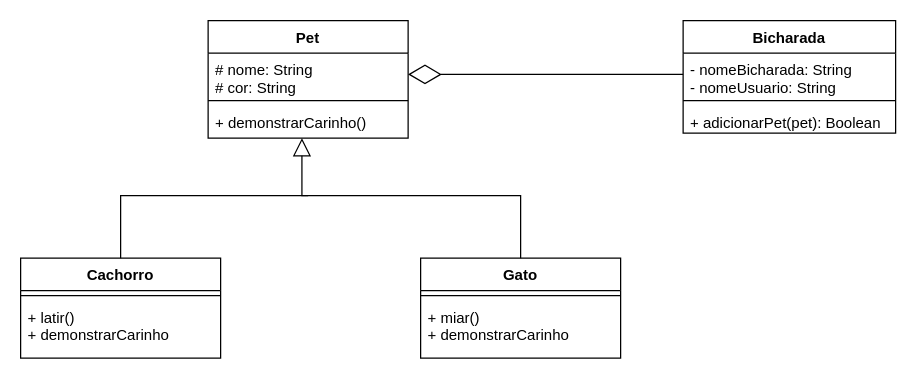
The draw.io diagram DiagramaDeClasses/DiagramaDeClassesPet.drawio in murilofragoso/poojava, before the edit. Source tidied: cells renumbered, new cells numbered last; positions are measured from the earlier drawing's top-left corner, leaving out a move shared by most shapes. Both pictures are drawn from the tidied source at 125%, with x=0, y=0 at pixel (20, 20).
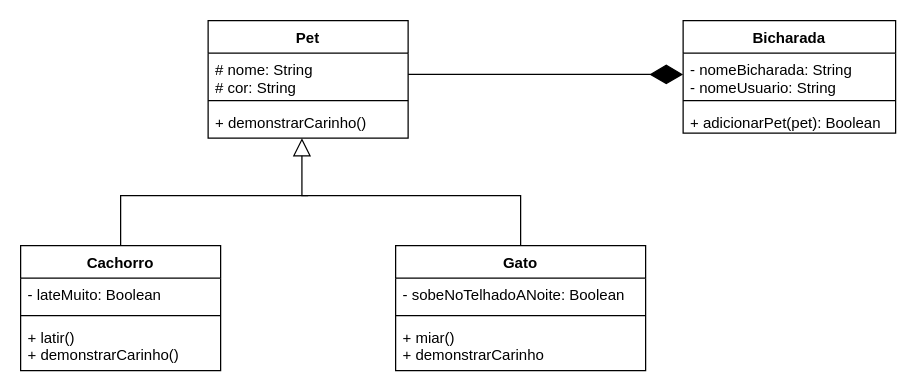
After the change.

The change refers to these unchanged cells:
```xml
<mxCell id="6" value="# nome: String&#10;# cor: String&#10;" style="text;strokeColor=none;fillColor=none;align=left;verticalAlign=top;spacingLeft=4;spacingRight=4;overflow=hidden;points=[[0,0.5],[1,0.5]];portConstraint=eastwest;" parent="5" vertex="1">
  <mxGeometry y="26" width="160" height="34" as="geometry" />
</mxCell>
<mxCell id="8" value="+ demonstrarCarinho()" style="text;strokeColor=none;fillColor=none;align=left;verticalAlign=top;spacingLeft=4;spacingRight=4;overflow=hidden;points=[[0,0.5],[1,0.5]];portConstraint=eastwest;" parent="5" vertex="1">
  <mxGeometry y="68" width="160" height="26" as="geometry" />
</mxCell>
<mxCell id="13" value="- nomeBicharada: String&#10;- nomeUsuario: String" style="text;strokeColor=none;fillColor=none;align=left;verticalAlign=top;spacingLeft=4;spacingRight=4;overflow=hidden;points=[[0,0.5],[1,0.5]];portConstraint=eastwest;" parent="12" vertex="1">
  <mxGeometry y="26" width="170" height="34" as="geometry" />
</mxCell>
```

The edit, as a diff of the source:
```diff
@@
-    <mxCell id="2" value="Cachorro" style="swimlane;fontStyle=1;align=center;verticalAlign=top;horizontal=1;startSize=26;" parent="1" vertex="1">
-      <mxGeometry y="190" width="160" height="80" as="geometry" />
-    </mxCell>
-    <mxCell id="3" style="line;strokeWidth=1;fillColor=none;align=left;verticalAlign=middle;spacingTop=-1;spacingLeft=3;spacingRight=3;labelPosition=right;" parent="2" vertex="1">
-      <mxGeometry y="26" width="160" height="8" as="geometry" />
-    </mxCell>
-    <mxCell id="4" value="+ latir()&#10;+ demonstrarCarinho" style="text;strokeColor=none;fillColor=none;align=left;verticalAlign=top;spacingLeft=4;spacingRight=4;overflow=hidden;" parent="2" vertex="1">
-      <mxGeometry y="34" width="160" height="46" as="geometry" />
-    </mxCell>
@@
-    <mxCell id="9" value="Gato" style="swimlane;fontStyle=1;align=center;verticalAlign=top;horizontal=1;startSize=26;" parent="1" vertex="1">
-      <mxGeometry x="320" y="190" width="160" height="80" as="geometry" />
-    </mxCell>
-    <mxCell id="10" style="line;strokeWidth=1;fillColor=none;align=left;verticalAlign=middle;spacingTop=-1;spacingLeft=3;spacingRight=3;labelPosition=right;" parent="9" vertex="1">
-      <mxGeometry y="26" width="160" height="8" as="geometry" />
-    </mxCell>
-    <mxCell id="11" value="+ miar()&#10;+ demonstrarCarinho" style="text;strokeColor=none;fillColor=none;align=left;verticalAlign=top;spacingLeft=4;spacingRight=4;overflow=hidden;" parent="9" vertex="1">
-      <mxGeometry y="34" width="160" height="46" as="geometry" />
-    </mxCell>
@@
-    <mxCell id="16" style="endArrow=diamondThin;endFill=0;endSize=24;html=1;exitX=0;exitY=0.5;exitDx=0;exitDy=0;entryX=1;entryY=0.5;entryDx=0;entryDy=0;" parent="1" edge="1" source="13" target="6">
-      <mxGeometry relative="1" as="geometry" />
-    </mxCell>
-    <mxCell id="17" style="endArrow=block;endFill=0;endSize=12;html=1;strokeColor=#000000;rounded=0;edgeStyle=elbowEdgeStyle;elbow=vertical;entryX=0.469;entryY=1;entryDx=0;entryDy=0;entryPerimeter=0;exitX=0.5;exitY=0;exitDx=0;exitDy=0;" parent="1" edge="1" source="9" target="8">
+    <mxCell id="17" style="endArrow=block;endFill=0;endSize=12;html=1;strokeColor=#000000;rounded=0;edgeStyle=elbowEdgeStyle;elbow=vertical;entryX=0.469;entryY=1;entryDx=0;entryDy=0;entryPerimeter=0;exitX=0.5;exitY=0;exitDx=0;exitDy=0;" parent="1" edge="1" target="8">
       <mxGeometry relative="1" as="geometry">
+        <mxPoint x="400" y="190" as="sourcePoint" />
         <Array as="points">
           <mxPoint x="360" y="140" />
         </Array>
       </mxGeometry>
     </mxCell>
-    <mxCell id="18" style="endArrow=none;endFill=0;endSize=12;html=1;strokeColor=#000000;rounded=0;edgeStyle=elbowEdgeStyle;elbow=vertical;exitX=0.5;exitY=0;exitDx=0;exitDy=0;" parent="1" edge="1" source="2">
+    <mxCell id="18" style="endArrow=none;endFill=0;endSize=12;html=1;strokeColor=#000000;rounded=0;edgeStyle=elbowEdgeStyle;elbow=vertical;exitX=0.5;exitY=0;exitDx=0;exitDy=0;" parent="1" edge="1">
       <mxGeometry relative="1" as="geometry">
+        <mxPoint x="80" y="190" as="sourcePoint" />
         <mxPoint x="230" y="140" as="targetPoint" />
         <Array as="points">
           <mxPoint x="160" y="140" />
         </Array>
       </mxGeometry>
     </mxCell>
+    <mxCell id="16" style="endArrow=diamondThin;endFill=1;endSize=24;html=1;exitX=1;exitY=0.5;exitDx=0;exitDy=0;entryX=0;entryY=0.5;entryDx=0;entryDy=0;" parent="1" edge="1" source="6" target="13">
+      <mxGeometry relative="1" as="geometry" />
+    </mxCell>
+    <mxCell id="9" value="Gato" style="swimlane;fontStyle=1;align=center;verticalAlign=top;horizontal=1;startSize=26;" parent="1" vertex="1">
+      <mxGeometry x="300" y="180" width="200" height="100" as="geometry" />
+    </mxCell>
+    <mxCell id="19" value="- sobeNoTelhadoANoite: Boolean" style="text;strokeColor=none;fillColor=none;align=left;verticalAlign=top;spacingLeft=4;spacingRight=4;overflow=hidden;" parent="9" vertex="1">
+      <mxGeometry y="26" width="200" height="26" as="geometry" />
+    </mxCell>
+    <mxCell id="20" style="line;strokeWidth=1;fillColor=none;align=left;verticalAlign=middle;spacingTop=-1;spacingLeft=3;spacingRight=3;labelPosition=right;" parent="9" vertex="1">
+      <mxGeometry y="52" width="200" height="8" as="geometry" />
+    </mxCell>
+    <mxCell id="11" value="+ miar()&#10;+ demonstrarCarinho" style="text;strokeColor=none;fillColor=none;align=left;verticalAlign=top;spacingLeft=4;spacingRight=4;overflow=hidden;" parent="9" vertex="1">
+      <mxGeometry y="60" width="200" height="40" as="geometry" />
+    </mxCell>
+    <mxCell id="2" value="Cachorro" style="swimlane;fontStyle=1;align=center;verticalAlign=top;horizontal=1;startSize=26;" parent="1" vertex="1">
+      <mxGeometry y="180" width="160" height="100" as="geometry" />
+    </mxCell>
+    <mxCell id="21" value="- lateMuito: Boolean" style="text;strokeColor=none;fillColor=none;align=left;verticalAlign=top;spacingLeft=4;spacingRight=4;overflow=hidden;" parent="2" vertex="1">
+      <mxGeometry y="26" width="160" height="26" as="geometry" />
+    </mxCell>
+    <mxCell id="22" style="line;strokeWidth=1;fillColor=none;align=left;verticalAlign=middle;spacingTop=-1;spacingLeft=3;spacingRight=3;labelPosition=right;" parent="2" vertex="1">
+      <mxGeometry y="52" width="160" height="8" as="geometry" />
+    </mxCell>
+    <mxCell id="23" value="+ latir()&#10;+ demonstrarCarinho()" style="text;strokeColor=none;fillColor=none;align=left;verticalAlign=top;spacingLeft=4;spacingRight=4;overflow=hidden;" parent="2" vertex="1">
+      <mxGeometry y="60" width="160" height="40" as="geometry" />
+    </mxCell>
```
